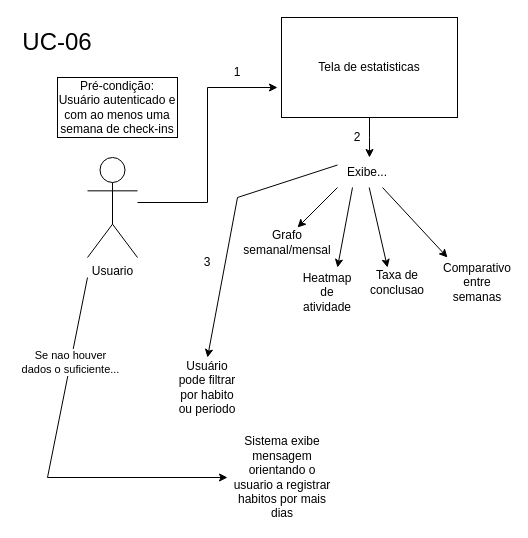
The draw.io diagram docs/diagramas_uml/diagramas_uc/uc6.drawio in lorenzodp-dev/HabitDisc, before the edit. Source tidied: cells renumbered, new cells numbered last; positions are measured from the earlier drawing's top-left corner, leaving out a move shared by most shapes. Both pictures are drawn from the tidied source at 100%, with x=0, y=0 at pixel (17, 17).
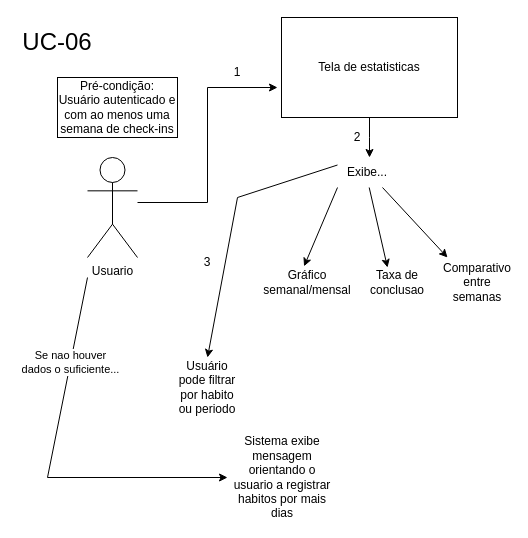
The same page after the edit.

Unchanged cells that the change refers to:
```xml
<mxCell id="7" value="Exibe..." style="text;html=1;whiteSpace=wrap;strokeColor=none;fillColor=none;align=center;verticalAlign=middle;rounded=0;" parent="1" vertex="1">
  <mxGeometry x="320" y="140" width="60" height="30" as="geometry" />
</mxCell>
```

Change to the diagram source:
```diff
@@
-    <mxCell id="8" style="endArrow=classic;html=1;rounded=0;exitX=0;exitY=1;exitDx=0;exitDy=0;" parent="1" edge="1" source="7">
-      <mxGeometry relative="1" as="geometry">
-        <mxPoint x="280" y="210" as="targetPoint" />
-      </mxGeometry>
+    <mxCell id="8" style="endArrow=classic;html=1;rounded=0;exitX=0;exitY=1;exitDx=0;exitDy=0;entryX=0.457;entryY=-0.04;entryDx=0;entryDy=0;entryPerimeter=0;" parent="1" edge="1" source="7" target="9">
+      <mxGeometry relative="1" as="geometry" />
     </mxCell>
-    <mxCell id="9" value="Grafo semanal/mensal" style="text;html=1;whiteSpace=wrap;strokeColor=none;fillColor=none;align=center;verticalAlign=middle;rounded=0;" parent="1" vertex="1">
-      <mxGeometry x="230" y="210" width="80" height="30" as="geometry" />
+    <mxCell id="9" value="Gráfico semanal/mensal" style="text;html=1;whiteSpace=wrap;strokeColor=none;fillColor=none;align=center;verticalAlign=middle;rounded=0;" parent="1" vertex="1">
+      <mxGeometry x="250" y="250" width="80" height="30" as="geometry" />
     </mxCell>
-    <mxCell id="10" style="endArrow=classic;html=1;rounded=0;exitX=0.086;exitY=0.905;exitDx=0;exitDy=0;exitPerimeter=0;" parent="1" edge="1">
-      <mxGeometry relative="1" as="geometry">
-        <mxPoint x="335" y="170" as="sourcePoint" />
-        <mxPoint x="320" y="250" as="targetPoint" />
-      </mxGeometry>
-    </mxCell>
-    <mxCell id="11" value="Heatmap de atividade" style="text;html=1;whiteSpace=wrap;strokeColor=none;fillColor=none;align=center;verticalAlign=middle;rounded=0;" parent="1" vertex="1">
-      <mxGeometry x="280" y="260" width="60" height="30" as="geometry" />
-    </mxCell>
```
